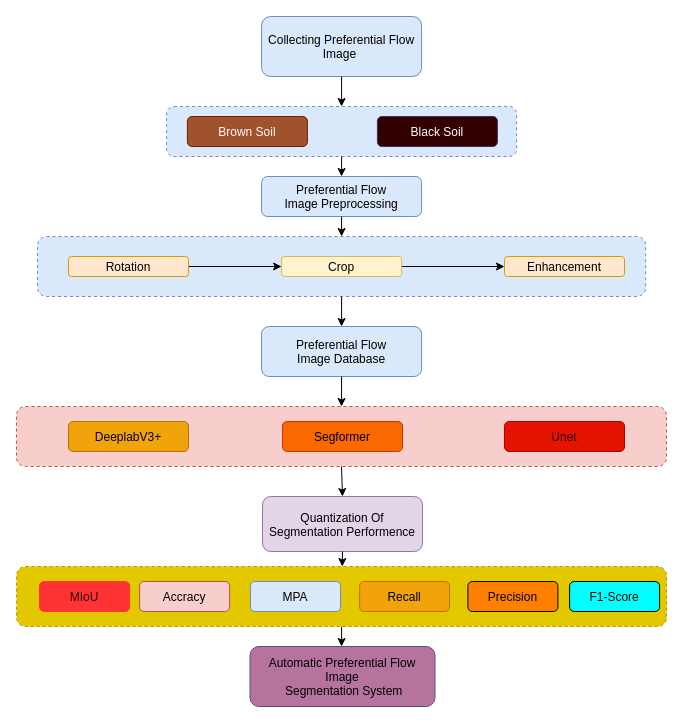
The draw.io diagram 未命名绘图.drawio in lhy-nw1217/Draw, before the edit. Source tidied: cells renumbered, new cells numbered last; positions are measured from the earlier drawing's top-left corner, leaving out a move shared by most shapes. Both pictures are drawn from the tidied source at 100%, with x=0, y=0 at pixel (16, 16).
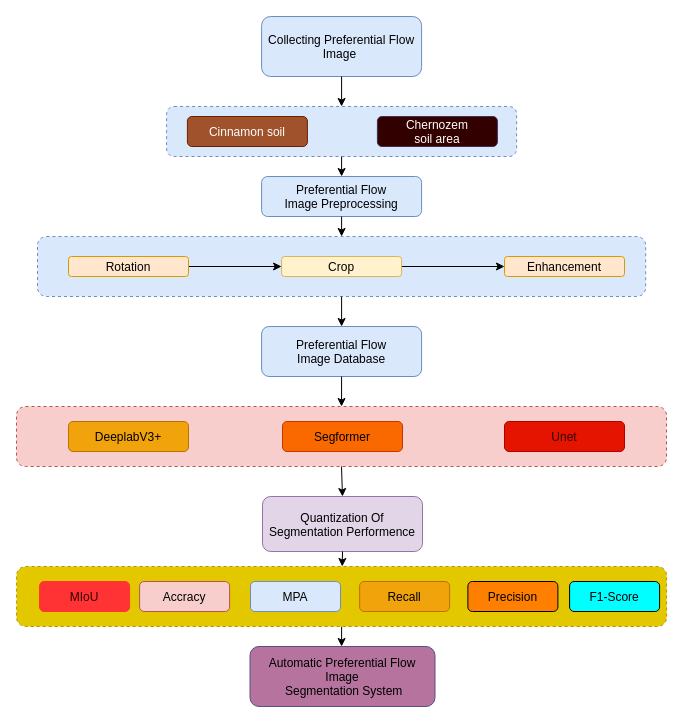
The same page after the edit.

Commit message:
Update 未命名绘图.drawio

The edit, as a diff of the source:
```diff
@@
-    <mxCell id="27" value="Brown Soil" style="rounded=1;fillColor=#a0522d;strokeColor=#6D1F00;fontColor=#ffffff;" parent="1" vertex="1">
+    <mxCell id="27" value="Cinnamon soil" style="rounded=1;fillColor=#a0522d;strokeColor=#6D1F00;fontColor=#ffffff;" parent="1" vertex="1">
       <mxGeometry x="170.9" y="100" width="120" height="30" as="geometry" />
     </mxCell>
-    <mxCell id="28" value="Black Soil" style="rounded=1;fillColor=#330000;fontColor=#ffffff;strokeColor=#432D57;" parent="1" vertex="1">
+    <mxCell id="28" value="Chernozem&#10;soil area" style="rounded=1;fillColor=#330000;fontColor=#ffffff;strokeColor=#432D57;" parent="1" vertex="1">
       <mxGeometry x="360.9" y="100" width="120" height="30" as="geometry" />
     </mxCell>
```
